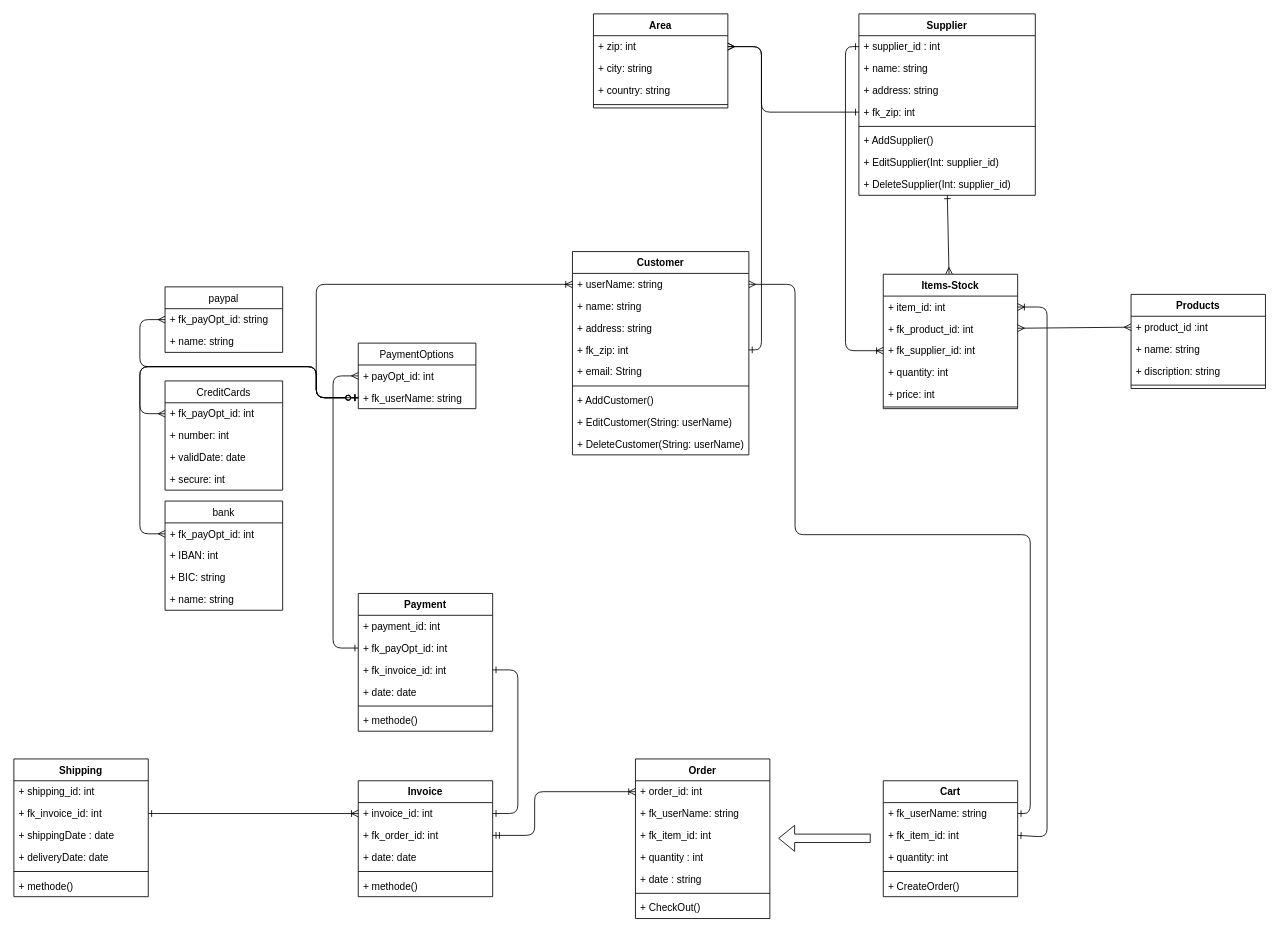
The draw.io diagram page "norm_UML" (4 of 4) of projectdesign.drawio in peru3232/BE15-CR9-Famazon-Database, before the edit. Source tidied: cells renumbered, new cells numbered last; positions are measured from the earlier drawing's top-left corner, leaving out a move shared by most shapes. Both pictures are drawn from the tidied source at 84%, with x=0, y=0 at pixel (13, 13).
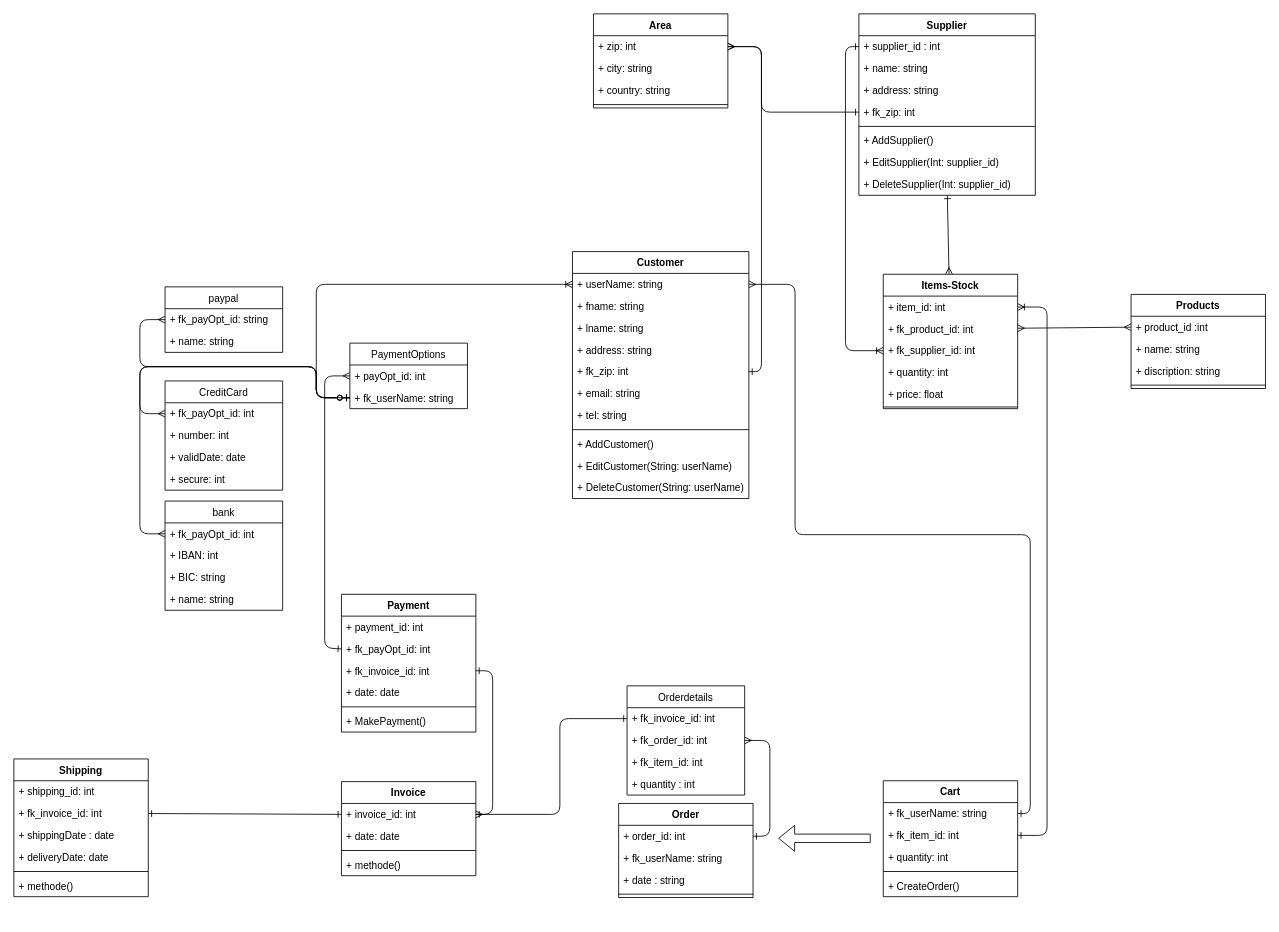
The same diagram, later.

The change refers to these unchanged cells:
```xml
<mxCell id="28" value="Items-Stock" style="swimlane;fontStyle=1;align=center;verticalAlign=top;horizontal=1;startSize=26;" parent="1" vertex="1">
  <mxGeometry x="1035" y="310" width="160" height="160" as="geometry" />
</mxCell>
<mxCell id="29" value="+ item_id: int" style="text;strokeColor=none;fillColor=none;align=left;verticalAlign=top;spacingLeft=4;spacingRight=4;overflow=hidden;points=[[0,0.5],[1,0.5]];portConstraint=eastwest;" parent="28" vertex="1">
  <mxGeometry y="26" width="160" height="26" as="geometry" />
</mxCell>
<mxCell id="37" value="+ fk_item_id: int" style="text;strokeColor=none;fillColor=none;align=left;verticalAlign=top;spacingLeft=4;spacingRight=4;overflow=hidden;points=[[0,0.5],[1,0.5]];portConstraint=eastwest;" parent="35" vertex="1">
  <mxGeometry y="52" width="160" height="26" as="geometry" />
</mxCell>
<mxCell id="42" value="+ order_id: int" style="text;strokeColor=none;fillColor=none;align=left;verticalAlign=top;spacingLeft=4;spacingRight=4;overflow=hidden;points=[[0,0.5],[1,0.5]];portConstraint=eastwest;" parent="41" vertex="1">
  <mxGeometry y="26" width="160" height="26" as="geometry" />
</mxCell>
<mxCell id="50" value="+ payOpt_id: int" style="text;strokeColor=none;fillColor=none;align=left;verticalAlign=top;spacingLeft=4;spacingRight=4;overflow=hidden;points=[[0,0.5],[1,0.5]];portConstraint=eastwest;" parent="49" vertex="1">
  <mxGeometry y="26" width="140" height="26" as="geometry" />
</mxCell>
<mxCell id="69" value="+ invoice_id: int" style="text;strokeColor=none;fillColor=none;align=left;verticalAlign=top;spacingLeft=4;spacingRight=4;overflow=hidden;points=[[0,0.5],[1,0.5]];portConstraint=eastwest;" parent="68" vertex="1">
  <mxGeometry y="26" width="160" height="26" as="geometry" />
</mxCell>
<mxCell id="76" value="+ fk_payOpt_id: int" style="text;strokeColor=none;fillColor=none;align=left;verticalAlign=top;spacingLeft=4;spacingRight=4;overflow=hidden;points=[[0,0.5],[1,0.5]];portConstraint=eastwest;" parent="74" vertex="1">
  <mxGeometry y="52" width="160" height="26" as="geometry" />
</mxCell>
<mxCell id="77" value="+ fk_invoice_id: int" style="text;strokeColor=none;fillColor=none;align=left;verticalAlign=top;spacingLeft=4;spacingRight=4;overflow=hidden;points=[[0,0.5],[1,0.5]];portConstraint=eastwest;" parent="74" vertex="1">
  <mxGeometry y="78" width="160" height="26" as="geometry" />
</mxCell>
<mxCell id="84" value="+ fk_invoice_id: int" style="text;strokeColor=none;fillColor=none;align=left;verticalAlign=top;spacingLeft=4;spacingRight=4;overflow=hidden;points=[[0,0.5],[1,0.5]];portConstraint=eastwest;" parent="82" vertex="1">
  <mxGeometry y="52" width="160" height="26" as="geometry" />
</mxCell>
<mxCell id="95" value="+ zip: int" style="text;strokeColor=none;fillColor=none;align=left;verticalAlign=top;spacingLeft=4;spacingRight=4;overflow=hidden;points=[[0,0.5],[1,0.5]];portConstraint=eastwest;" parent="94" vertex="1">
  <mxGeometry y="26" width="160" height="26" as="geometry" />
</mxCell>
```

Change to the diagram source:
```diff
@@
     <mxCell id="2" value="Customer" style="swimlane;fontStyle=1;align=center;verticalAlign=top;horizontal=1;startSize=26;" parent="1" vertex="1">
-      <mxGeometry x="665" y="283" width="210" height="242" as="geometry" />
+      <mxGeometry x="665" y="283" width="210" height="294" as="geometry" />
     </mxCell>
@@
-    <mxCell id="4" value="+ name: string" style="text;strokeColor=none;fillColor=none;align=left;verticalAlign=top;spacingLeft=4;spacingRight=4;overflow=hidden;" parent="2" vertex="1">
+    <mxCell id="4" value="+ fname: string" style="text;strokeColor=none;fillColor=none;align=left;verticalAlign=top;spacingLeft=4;spacingRight=4;overflow=hidden;" parent="2" vertex="1">
       <mxGeometry y="52" width="210" height="26" as="geometry" />
     </mxCell>
+    <mxCell id="104" value="+ lname: string" style="text;strokeColor=none;fillColor=none;align=left;verticalAlign=top;spacingLeft=4;spacingRight=4;overflow=hidden;" parent="2" vertex="1">
+      <mxGeometry y="78" width="210" height="26" as="geometry" />
+    </mxCell>
     <mxCell id="5" value="+ address: string" style="text;strokeColor=none;fillColor=none;align=left;verticalAlign=top;spacingLeft=4;spacingRight=4;overflow=hidden;" parent="2" vertex="1">
-      <mxGeometry y="78" width="210" height="26" as="geometry" />
+      <mxGeometry y="104" width="210" height="26" as="geometry" />
     </mxCell>
     <mxCell id="6" value="+ fk_zip: int" style="text;strokeColor=none;fillColor=none;align=left;verticalAlign=top;spacingLeft=4;spacingRight=4;overflow=hidden;points=[[0,0.5],[1,0.5]];portConstraint=eastwest;" parent="2" vertex="1">
-      <mxGeometry y="104" width="210" height="26" as="geometry" />
+      <mxGeometry y="130" width="210" height="26" as="geometry" />
     </mxCell>
-    <mxCell id="7" value="+ email: String" style="text;strokeColor=none;fillColor=none;align=left;verticalAlign=top;spacingLeft=4;spacingRight=4;overflow=hidden;" parent="2" vertex="1">
-      <mxGeometry y="130" width="210" height="26" as="geometry" />
+    <mxCell id="7" value="+ email: string" style="text;strokeColor=none;fillColor=none;align=left;verticalAlign=top;spacingLeft=4;spacingRight=4;overflow=hidden;" parent="2" vertex="1">
+      <mxGeometry y="156" width="210" height="26" as="geometry" />
     </mxCell>
+    <mxCell id="105" value="+ tel: string" style="text;strokeColor=none;fillColor=none;align=left;verticalAlign=top;spacingLeft=4;spacingRight=4;overflow=hidden;" parent="2" vertex="1">
+      <mxGeometry y="182" width="210" height="26" as="geometry" />
+    </mxCell>
     <mxCell id="8" style="line;strokeWidth=1;fillColor=none;align=left;verticalAlign=middle;spacingTop=-1;spacingLeft=3;spacingRight=3;labelPosition=right;" parent="2" vertex="1">
-      <mxGeometry y="156" width="210" height="8" as="geometry" />
+      <mxGeometry y="208" width="210" height="8" as="geometry" />
     </mxCell>
     <mxCell id="9" value="+ AddCustomer()" style="text;strokeColor=none;fillColor=none;align=left;verticalAlign=top;spacingLeft=4;spacingRight=4;overflow=hidden;" parent="2" vertex="1">
-      <mxGeometry y="164" width="210" height="26" as="geometry" />
+      <mxGeometry y="216" width="210" height="26" as="geometry" />
     </mxCell>
     <mxCell id="10" value="+ EditCustomer(String: userName)&#10;" style="text;strokeColor=none;fillColor=none;align=left;verticalAlign=top;spacingLeft=4;spacingRight=4;overflow=hidden;" parent="2" vertex="1">
-      <mxGeometry y="190" width="210" height="26" as="geometry" />
+      <mxGeometry y="242" width="210" height="26" as="geometry" />
     </mxCell>
     <mxCell id="11" value="+ DeleteCustomer(String: userName)&#10;" style="text;strokeColor=none;fillColor=none;align=left;verticalAlign=top;spacingLeft=4;spacingRight=4;overflow=hidden;" parent="2" vertex="1">
-      <mxGeometry y="216" width="210" height="26" as="geometry" />
+      <mxGeometry y="268" width="210" height="26" as="geometry" />
     </mxCell>
@@
     <mxCell id="27" style="edgeStyle=none;html=1;exitX=1;exitY=0.5;exitDx=0;exitDy=0;entryX=1;entryY=0.5;entryDx=0;entryDy=0;startArrow=ERoneToMany;startFill=0;endArrow=ERone;endFill=0;" parent="1" edge="1" source="29" target="37">
       <mxGeometry relative="1" as="geometry">
         <Array as="points">
           <mxPoint x="1230" y="349" />
-          <mxPoint x="1230" y="980" />
+          <mxPoint x="1230" y="978" />
         </Array>
       </mxGeometry>
     </mxCell>
@@
-    <mxCell id="33" value="+ price: int" style="text;strokeColor=none;fillColor=none;align=left;verticalAlign=top;spacingLeft=4;spacingRight=4;overflow=hidden;" parent="28" vertex="1">
+    <mxCell id="33" value="+ price: float" style="text;strokeColor=none;fillColor=none;align=left;verticalAlign=top;spacingLeft=4;spacingRight=4;overflow=hidden;" parent="28" vertex="1">
       <mxGeometry y="130" width="160" height="26" as="geometry" />
     </mxCell>
@@
     <mxCell id="41" value="Order" style="swimlane;fontStyle=1;align=center;verticalAlign=top;horizontal=1;startSize=26;" parent="1" vertex="1">
-      <mxGeometry x="740" y="887" width="160" height="190" as="geometry" />
+      <mxGeometry x="720" y="940" width="160" height="112" as="geometry" />
     </mxCell>
@@
-    <mxCell id="44" value="+ fk_item_id: int" style="text;strokeColor=none;fillColor=none;align=left;verticalAlign=top;spacingLeft=4;spacingRight=4;overflow=hidden;" parent="41" vertex="1">
-      <mxGeometry y="78" width="160" height="26" as="geometry" />
-    </mxCell>
-    <mxCell id="45" value="+ quantity : int" style="text;strokeColor=none;fillColor=none;align=left;verticalAlign=top;spacingLeft=4;spacingRight=4;overflow=hidden;" parent="41" vertex="1">
-      <mxGeometry y="104" width="160" height="26" as="geometry" />
-    </mxCell>
     <mxCell id="46" value="+ date : string" style="text;strokeColor=none;fillColor=none;align=left;verticalAlign=top;spacingLeft=4;spacingRight=4;overflow=hidden;" parent="41" vertex="1">
-      <mxGeometry y="130" width="160" height="26" as="geometry" />
+      <mxGeometry y="78" width="160" height="26" as="geometry" />
     </mxCell>
     <mxCell id="47" style="line;strokeWidth=1;fillColor=none;align=left;verticalAlign=middle;spacingTop=-1;spacingLeft=3;spacingRight=3;labelPosition=right;" parent="41" vertex="1">
-      <mxGeometry y="156" width="160" height="8" as="geometry" />
+      <mxGeometry y="104" width="160" height="8" as="geometry" />
     </mxCell>
-    <mxCell id="48" value="+ CheckOut()" style="text;strokeColor=none;fillColor=none;align=left;verticalAlign=top;spacingLeft=4;spacingRight=4;overflow=hidden;" parent="41" vertex="1">
-      <mxGeometry y="164" width="160" height="26" as="geometry" />
-    </mxCell>
     <mxCell id="49" value="PaymentOptions" style="swimlane;fontStyle=0;horizontal=1;startSize=26;fillColor=none;" parent="1" vertex="1">
-      <mxGeometry x="410" y="392" width="140" height="78" as="geometry" />
+      <mxGeometry x="400" y="392" width="140" height="78" as="geometry" />
     </mxCell>
@@
-    <mxCell id="53" value="CreditCards" style="swimlane;fontStyle=0;horizontal=1;startSize=26;fillColor=none;" parent="1" vertex="1">
+    <mxCell id="53" value="CreditCard" style="swimlane;fontStyle=0;horizontal=1;startSize=26;fillColor=none;" parent="1" vertex="1">
       <mxGeometry x="180" y="437" width="140" height="130" as="geometry" />
     </mxCell>
@@
     <mxCell id="68" value="Invoice" style="swimlane;fontStyle=1;align=center;verticalAlign=top;horizontal=1;startSize=26;" parent="1" vertex="1">
-      <mxGeometry x="410" y="913" width="160" height="138" as="geometry" />
+      <mxGeometry x="390" y="914" width="160" height="112" as="geometry" />
     </mxCell>
@@
-    <mxCell id="70" value="+ fk_order_id: int" style="text;strokeColor=none;fillColor=none;align=left;verticalAlign=top;spacingLeft=4;spacingRight=4;overflow=hidden;points=[[0,0.5],[1,0.5]];portConstraint=eastwest;" parent="68" vertex="1">
-      <mxGeometry y="52" width="160" height="26" as="geometry" />
-    </mxCell>
     <mxCell id="71" value="+ date: date" style="text;strokeColor=none;fillColor=none;align=left;verticalAlign=top;spacingLeft=4;spacingRight=4;overflow=hidden;" parent="68" vertex="1">
-      <mxGeometry y="78" width="160" height="26" as="geometry" />
+      <mxGeometry y="52" width="160" height="26" as="geometry" />
     </mxCell>
     <mxCell id="72" style="line;strokeWidth=1;fillColor=none;align=left;verticalAlign=middle;spacingTop=-1;spacingLeft=3;spacingRight=3;labelPosition=right;" parent="68" vertex="1">
-      <mxGeometry y="104" width="160" height="8" as="geometry" />
+      <mxGeometry y="78" width="160" height="8" as="geometry" />
     </mxCell>
     <mxCell id="73" value="+ methode()" style="text;strokeColor=none;fillColor=none;align=left;verticalAlign=top;spacingLeft=4;spacingRight=4;overflow=hidden;" parent="68" vertex="1">
-      <mxGeometry y="112" width="160" height="26" as="geometry" />
+      <mxGeometry y="86" width="160" height="26" as="geometry" />
     </mxCell>
     <mxCell id="74" value="Payment" style="swimlane;fontStyle=1;align=center;verticalAlign=top;horizontal=1;startSize=26;" parent="1" vertex="1">
-      <mxGeometry x="410" y="690" width="160" height="164" as="geometry" />
+      <mxGeometry x="390" y="691" width="160" height="164" as="geometry" />
     </mxCell>
@@
-    <mxCell id="80" value="+ methode()" style="text;strokeColor=none;fillColor=none;align=left;verticalAlign=top;spacingLeft=4;spacingRight=4;overflow=hidden;" parent="74" vertex="1">
+    <mxCell id="80" value="+ MakePayment()" style="text;strokeColor=none;fillColor=none;align=left;verticalAlign=top;spacingLeft=4;spacingRight=4;overflow=hidden;" parent="74" vertex="1">
       <mxGeometry y="138" width="160" height="26" as="geometry" />
     </mxCell>
-    <mxCell id="81" style="edgeStyle=none;html=1;startArrow=ERone;startFill=0;endArrow=ERoneToMany;endFill=0;exitX=1;exitY=0.5;exitDx=0;exitDy=0;entryX=0;entryY=0.5;entryDx=0;entryDy=0;" parent="1" edge="1" source="84" target="69">
+    <mxCell id="81" style="edgeStyle=none;html=1;startArrow=ERone;startFill=0;endArrow=ERone;endFill=0;exitX=1;exitY=0.5;exitDx=0;exitDy=0;entryX=0;entryY=0.5;entryDx=0;entryDy=0;" parent="1" edge="1" source="84" target="69">
       <mxGeometry relative="1" as="geometry" />
     </mxCell>
@@
-    <mxCell id="91" style="edgeStyle=none;html=1;exitX=0;exitY=0.5;exitDx=0;exitDy=0;entryX=1;entryY=0.5;entryDx=0;entryDy=0;startArrow=ERoneToMany;startFill=0;endArrow=ERmandOne;endFill=0;" parent="1" edge="1" source="42" target="70">
-      <mxGeometry relative="1" as="geometry">
-        <Array as="points">
-          <mxPoint x="620" y="926" />
-          <mxPoint x="620" y="978" />
-        </Array>
-      </mxGeometry>
-    </mxCell>
     <mxCell id="92" style="edgeStyle=none;html=1;exitX=1;exitY=0.5;exitDx=0;exitDy=0;entryX=1;entryY=0.5;entryDx=0;entryDy=0;startArrow=ERone;startFill=0;endArrow=ERone;endFill=0;" parent="1" edge="1" source="77" target="69">
       <mxGeometry relative="1" as="geometry">
         <Array as="points">
-          <mxPoint x="600" y="781" />
-          <mxPoint x="600" y="952" />
+          <mxPoint x="570" y="782" />
+          <mxPoint x="570" y="953" />
         </Array>
       </mxGeometry>
     </mxCell>
     <mxCell id="93" style="edgeStyle=none;html=1;exitX=0;exitY=0.5;exitDx=0;exitDy=0;startArrow=ERone;startFill=0;endArrow=ERmany;endFill=0;entryX=0;entryY=0.5;entryDx=0;entryDy=0;" parent="1" edge="1" source="76" target="50">
       <mxGeometry relative="1" as="geometry">
         <Array as="points">
-          <mxPoint x="380" y="755" />
-          <mxPoint x="380" y="431" />
+          <mxPoint x="370" y="755" />
+          <mxPoint x="370" y="431" />
         </Array>
       </mxGeometry>
     </mxCell>
@@
     <mxCell id="101" style="edgeStyle=none;html=1;exitX=1;exitY=0.5;exitDx=0;exitDy=0;entryX=1;entryY=0.5;entryDx=0;entryDy=0;startArrow=ERmany;startFill=0;endArrow=ERone;endFill=0;" parent="1" edge="1" source="95" target="6">
       <mxGeometry relative="1" as="geometry">
         <Array as="points">
           <mxPoint x="890" y="39" />
-          <mxPoint x="890" y="400" />
+          <mxPoint x="890" y="426" />
         </Array>
       </mxGeometry>
     </mxCell>
@@
+    <mxCell id="106" style="edgeStyle=none;html=1;exitX=1;exitY=0.5;exitDx=0;exitDy=0;entryX=1;entryY=0.5;entryDx=0;entryDy=0;startArrow=ERmany;startFill=0;endArrow=ERone;endFill=0;" parent="1" edge="1" source="70" target="42">
+      <mxGeometry relative="1" as="geometry">
+        <Array as="points">
+          <mxPoint x="900" y="865" />
+          <mxPoint x="900" y="979" />
+        </Array>
+      </mxGeometry>
+    </mxCell>
+    <mxCell id="107" value="Orderdetails" style="swimlane;fontStyle=0;horizontal=1;startSize=26;fillColor=none;" parent="1" vertex="1">
+      <mxGeometry x="730" y="800" width="140" height="130" as="geometry" />
+    </mxCell>
+    <mxCell id="108" value="+ fk_invoice_id: int" style="text;strokeColor=none;fillColor=none;align=left;verticalAlign=top;spacingLeft=4;spacingRight=4;overflow=hidden;points=[[0,0.5],[1,0.5]];portConstraint=eastwest;" parent="107" vertex="1">
+      <mxGeometry y="26" width="140" height="26" as="geometry" />
+    </mxCell>
+    <mxCell id="70" value="+ fk_order_id: int" style="text;strokeColor=none;fillColor=none;align=left;verticalAlign=top;spacingLeft=4;spacingRight=4;overflow=hidden;points=[[0,0.5],[1,0.5]];portConstraint=eastwest;" parent="107" vertex="1">
+      <mxGeometry y="52" width="140" height="26" as="geometry" />
+    </mxCell>
+    <mxCell id="44" value="+ fk_item_id: int" style="text;strokeColor=none;fillColor=none;align=left;verticalAlign=top;spacingLeft=4;spacingRight=4;overflow=hidden;" parent="107" vertex="1">
+      <mxGeometry y="78" width="140" height="26" as="geometry" />
+    </mxCell>
+    <mxCell id="45" value="+ quantity : int" style="text;strokeColor=none;fillColor=none;align=left;verticalAlign=top;spacingLeft=4;spacingRight=4;overflow=hidden;" parent="107" vertex="1">
+      <mxGeometry y="104" width="140" height="26" as="geometry" />
+    </mxCell>
+    <mxCell id="109" style="edgeStyle=none;html=1;exitX=1;exitY=0.5;exitDx=0;exitDy=0;entryX=0;entryY=0.5;entryDx=0;entryDy=0;startArrow=ERmany;startFill=0;endArrow=ERone;endFill=0;" parent="1" edge="1" source="69" target="108">
+      <mxGeometry relative="1" as="geometry">
+        <Array as="points">
+          <mxPoint x="650" y="953" />
+          <mxPoint x="650" y="839" />
+        </Array>
+      </mxGeometry>
+    </mxCell>
```
